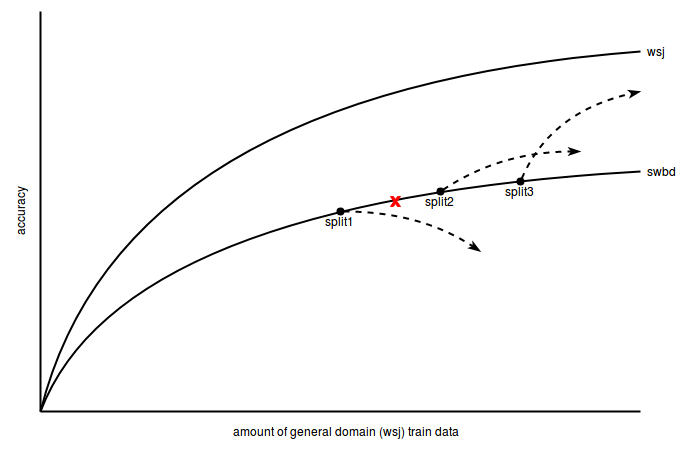
Before: images/kaldi_ssl_da_hyp.png, a diagram exported from draw.io (obentham/kaldi-domain-adaptation-with-ssl). Source tidied: cells renumbered, new cells last; positions are measured from the earlier drawing's top-left corner, leaving out a move shared by most shapes.
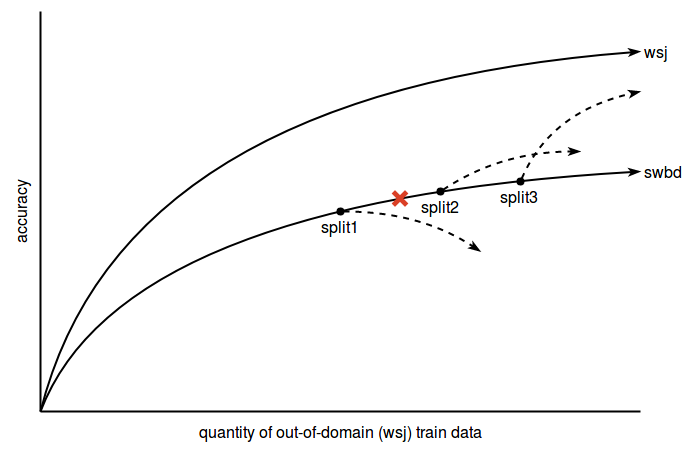
The same file after the commit.

What changed in the source:
```diff
@@ -2,19 +2,19 @@
   <root>
     <mxCell id="0" />
     <mxCell id="1" parent="0" />
-    <mxCell id="2" style="endArrow=none;html=1;strokeWidth=2;" parent="1" edge="1">
+    <mxCell id="2" style="endArrow=none;html=1;strokeWidth=2;fontSize=16;" parent="1" edge="1">
       <mxGeometry relative="1" as="geometry">
         <mxPoint x="60" y="400" as="sourcePoint" />
         <mxPoint x="60" as="targetPoint" />
       </mxGeometry>
     </mxCell>
-    <mxCell id="3" style="endArrow=none;html=1;strokeWidth=2;" parent="1" edge="1">
+    <mxCell id="3" style="endArrow=none;html=1;strokeWidth=2;fontSize=16;" parent="1" edge="1">
       <mxGeometry relative="1" as="geometry">
         <mxPoint x="60" y="400" as="sourcePoint" />
         <mxPoint x="660" y="400" as="targetPoint" />
       </mxGeometry>
     </mxCell>
-    <mxCell id="4" style="endArrow=none;html=1;curved=1;strokeWidth=2;" parent="1" edge="1">
+    <mxCell id="4" style="endArrow=classicThin;html=1;curved=1;strokeWidth=2;fontSize=16;endFill=1;" parent="1" edge="1">
       <mxGeometry relative="1" as="geometry">
         <mxPoint x="60" y="400" as="sourcePoint" />
         <mxPoint x="660" y="40" as="targetPoint" />
@@ -23,7 +23,7 @@
         </Array>
       </mxGeometry>
     </mxCell>
-    <mxCell id="5" style="endArrow=none;html=1;curved=1;strokeWidth=2;" parent="1" edge="1">
+    <mxCell id="5" style="endArrow=classicThin;html=1;curved=1;strokeWidth=2;fontSize=16;endFill=1;" parent="1" edge="1">
       <mxGeometry relative="1" as="geometry">
         <mxPoint x="60" y="400" as="sourcePoint" />
         <mxPoint x="660" y="160" as="targetPoint" />
@@ -32,7 +32,7 @@
         </Array>
       </mxGeometry>
     </mxCell>
-    <mxCell id="6" style="endArrow=classicThin;dashed=1;html=1;curved=1;strokeWidth=2;endFill=1;startArrow=oval;startFill=1;" parent="1" edge="1">
+    <mxCell id="6" style="endArrow=classicThin;dashed=1;html=1;curved=1;strokeWidth=2;endFill=1;startArrow=oval;startFill=1;fontSize=16;" parent="1" edge="1">
       <mxGeometry relative="1" as="geometry">
         <mxPoint x="540" y="170" as="sourcePoint" />
         <mxPoint x="660" y="80" as="targetPoint" />
@@ -41,7 +41,7 @@
         </Array>
       </mxGeometry>
     </mxCell>
-    <mxCell id="7" style="endArrow=classicThin;dashed=1;html=1;curved=1;strokeWidth=2;endFill=1;startArrow=oval;startFill=1;" parent="1" edge="1">
+    <mxCell id="7" style="endArrow=classicThin;dashed=1;html=1;curved=1;strokeWidth=2;endFill=1;startArrow=oval;startFill=1;fontSize=16;" parent="1" edge="1">
       <mxGeometry relative="1" as="geometry">
         <mxPoint x="460" y="180" as="sourcePoint" />
         <mxPoint x="600" y="140" as="targetPoint" />
@@ -50,7 +50,7 @@
         </Array>
       </mxGeometry>
     </mxCell>
-    <mxCell id="8" style="endArrow=classicThin;dashed=1;html=1;curved=1;strokeWidth=2;endFill=1;startArrow=oval;startFill=1;" parent="1" edge="1">
+    <mxCell id="8" style="endArrow=classicThin;dashed=1;html=1;curved=1;strokeWidth=2;endFill=1;startArrow=oval;startFill=1;fontSize=16;" parent="1" edge="1">
       <mxGeometry relative="1" as="geometry">
         <mxPoint x="360" y="200" as="sourcePoint" />
         <mxPoint x="500" y="240" as="targetPoint" />
@@ -59,29 +59,29 @@
         </Array>
       </mxGeometry>
     </mxCell>
-    <mxCell id="9" value="amount of general domain (wsj) train data" style="text;html=1;strokeColor=none;fillColor=none;align=center;verticalAlign=middle;whiteSpace=wrap;rounded=0;" parent="1" vertex="1">
-      <mxGeometry x="244.5" y="410" width="240" height="20" as="geometry" />
+    <mxCell id="9" value="quantity of out-of-domain (wsj) train data" style="text;html=1;strokeColor=none;fillColor=none;align=center;verticalAlign=middle;whiteSpace=wrap;rounded=0;fontSize=16;" parent="1" vertex="1">
+      <mxGeometry x="180" y="410" width="358" height="20" as="geometry" />
     </mxCell>
-    <mxCell id="10" value="accuracy" style="text;html=1;strokeColor=none;fillColor=none;align=center;verticalAlign=middle;whiteSpace=wrap;rounded=0;rotation=-90;" parent="1" vertex="1">
+    <mxCell id="10" value="accuracy" style="text;html=1;strokeColor=none;fillColor=none;align=center;verticalAlign=middle;whiteSpace=wrap;rounded=0;rotation=-90;fontSize=16;" parent="1" vertex="1">
       <mxGeometry y="190" width="80" height="20" as="geometry" />
     </mxCell>
-    <mxCell id="11" value="swbd" style="text;html=1;strokeColor=none;fillColor=none;align=center;verticalAlign=middle;whiteSpace=wrap;rounded=0;" parent="1" vertex="1">
-      <mxGeometry x="660" y="150" width="40" height="20" as="geometry" />
+    <mxCell id="11" value="swbd" style="text;html=1;strokeColor=none;fillColor=none;align=center;verticalAlign=middle;whiteSpace=wrap;rounded=0;fontSize=16;" parent="1" vertex="1">
+      <mxGeometry x="662" y="150" width="40" height="20" as="geometry" />
     </mxCell>
-    <mxCell id="12" value="wsj" style="text;html=1;strokeColor=none;fillColor=none;align=center;verticalAlign=middle;whiteSpace=wrap;rounded=0;" parent="1" vertex="1">
+    <mxCell id="12" value="wsj" style="text;html=1;strokeColor=none;fillColor=none;align=center;verticalAlign=middle;whiteSpace=wrap;rounded=0;fontSize=16;" parent="1" vertex="1">
       <mxGeometry x="660" y="30" width="30" height="20" as="geometry" />
     </mxCell>
-    <mxCell id="13" style="verticalLabelPosition=bottom;verticalAlign=top;html=1;shape=mxgraph.basic.x;strokeColor=#FF0000;strokeWidth=1;fillColor=#FF0000;perimeterSpacing=0;" parent="1" vertex="1">
-      <mxGeometry x="410" y="185" width="10" height="10" as="geometry" />
-    </mxCell>
-    <mxCell id="14" value="split1" style="text;html=1;strokeColor=none;fillColor=none;align=center;verticalAlign=middle;whiteSpace=wrap;rounded=0;" parent="1" vertex="1">
-      <mxGeometry x="338" y="200" width="40" height="20" as="geometry" />
+    <mxCell id="14" value="split1" style="text;html=1;strokeColor=none;fillColor=none;align=center;verticalAlign=middle;whiteSpace=wrap;rounded=0;fontSize=16;" parent="1" vertex="1">
+      <mxGeometry x="340" y="205" width="38" height="20" as="geometry" />
     </mxCell>
-    <mxCell id="15" value="split3" style="text;html=1;strokeColor=none;fillColor=none;align=center;verticalAlign=middle;whiteSpace=wrap;rounded=0;" parent="1" vertex="1">
-      <mxGeometry x="518" y="170" width="40" height="20" as="geometry" />
+    <mxCell id="15" value="split3" style="text;html=1;strokeColor=none;fillColor=none;align=center;verticalAlign=middle;whiteSpace=wrap;rounded=0;fontSize=16;" parent="1" vertex="1">
+      <mxGeometry x="518" y="175" width="40" height="20" as="geometry" />
     </mxCell>
-    <mxCell id="16" value="split2" style="text;html=1;strokeColor=none;fillColor=none;align=center;verticalAlign=middle;whiteSpace=wrap;rounded=0;" parent="1" vertex="1">
-      <mxGeometry x="438.5" y="180" width="40" height="20" as="geometry" />
+    <mxCell id="16" value="split2" style="text;html=1;strokeColor=none;fillColor=none;align=center;verticalAlign=middle;whiteSpace=wrap;rounded=0;fontSize=16;" parent="1" vertex="1">
+      <mxGeometry x="438.5" y="185" width="40" height="20" as="geometry" />
     </mxCell>
+    <mxCell id="17" style="shape=cross;whiteSpace=wrap;html=1;fillColor=#da4026ff;strokeColor=none;rotation=45;size=0.25517259108667195;" parent="1" vertex="1">
+      <mxGeometry x="410" y="177.5" width="19" height="19" as="geometry" />
+    </mxCell>
   </root>
 </mxGraphModel>
```
